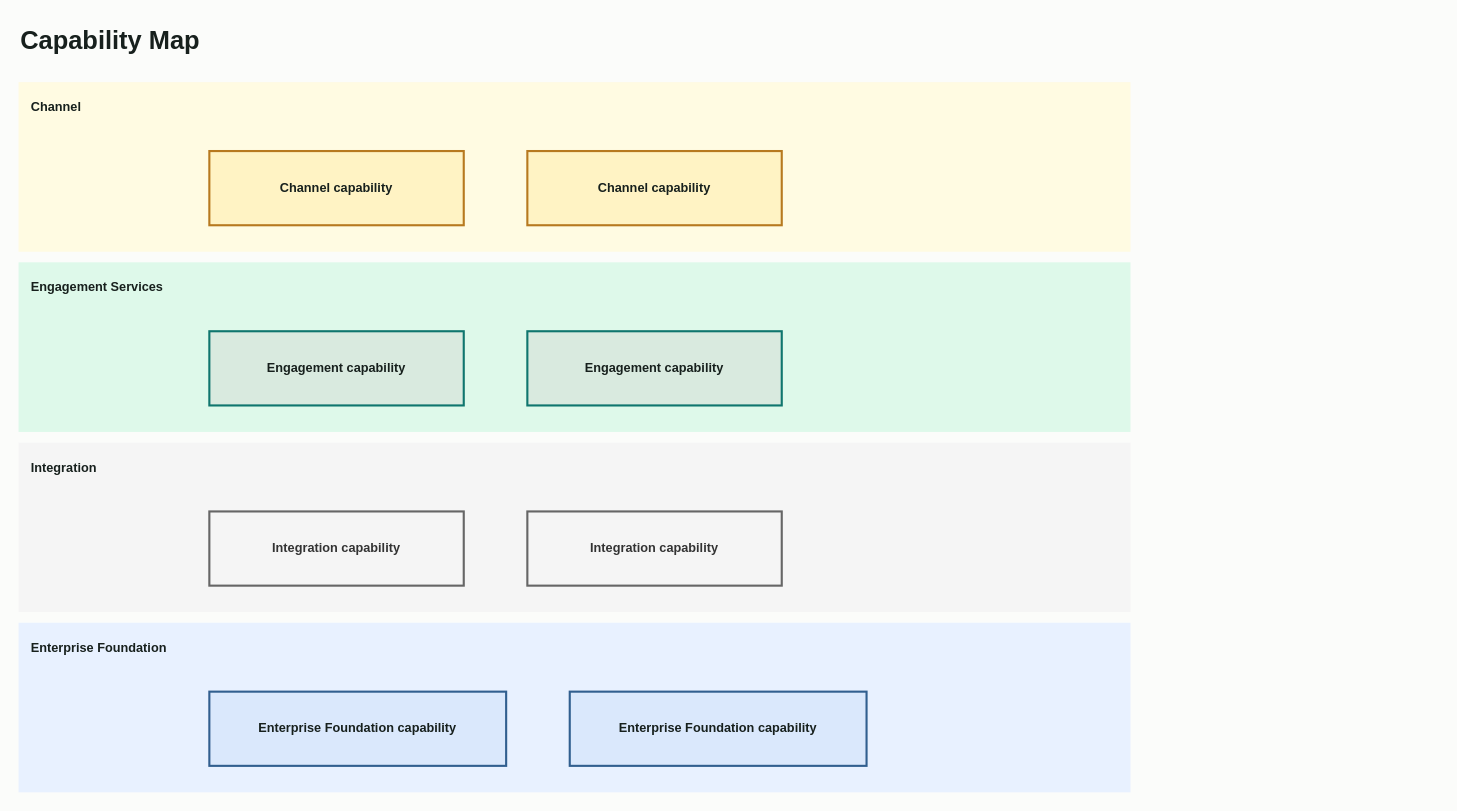
Before: skills/create-drawio-diagram/templates/capability-map.drawio in Future-CX/AI-Architecture-Toolkit, a draw.io diagram. Source tidied: cells renumbered, new cells numbered last; positions are measured from the earlier drawing's top-left corner, leaving out a move shared by most shapes. Both pictures are drawn from the tidied source at 106%, with x=0, y=0 at pixel (18, 18).
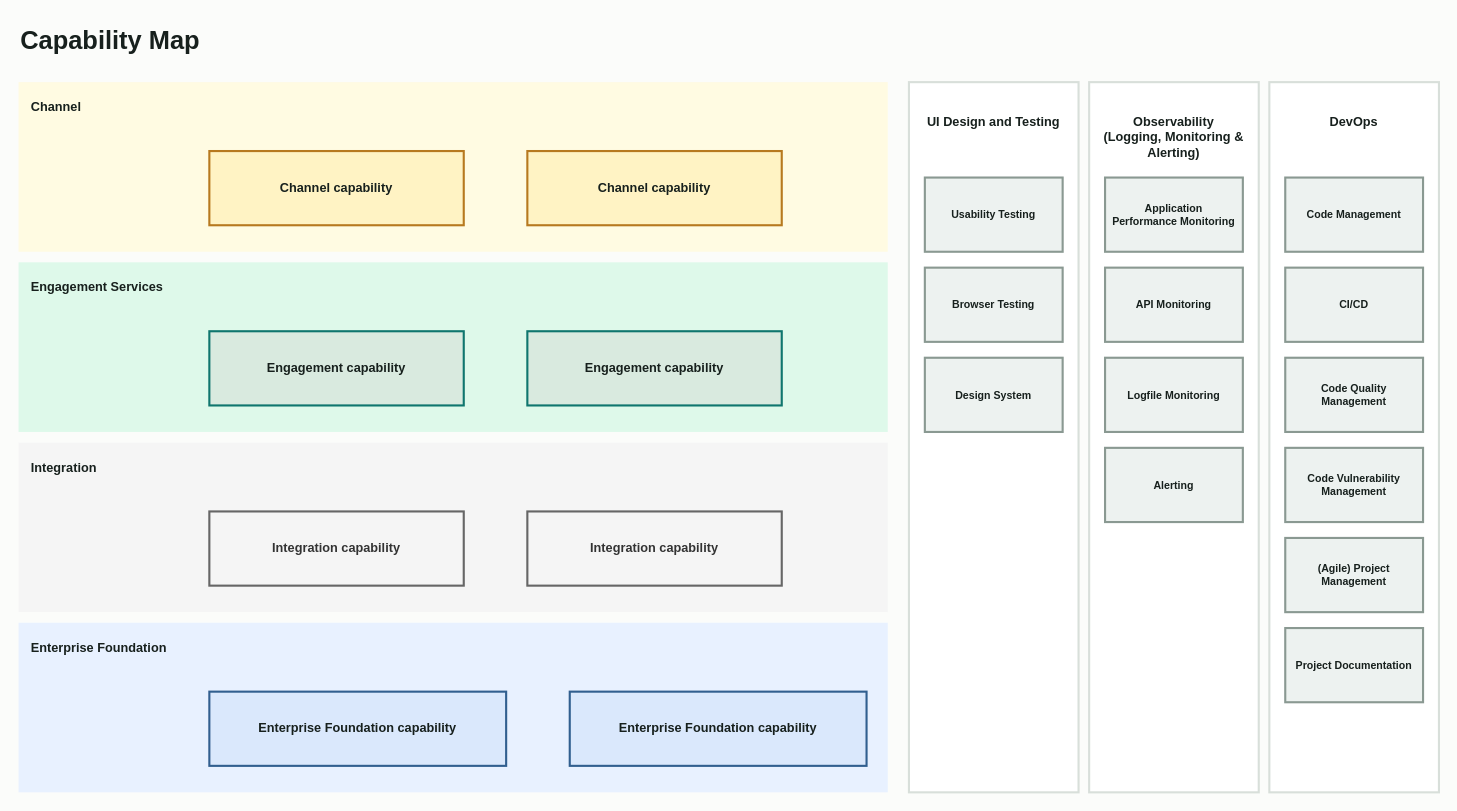
The same page after the edit.

Commit message (it also covers changes not shown here):
adding DevOps and Observability to the Capability Map

Change to the diagram source:
```diff
@@
     <mxCell id="3" value="Channel" style="rounded=0;whiteSpace=wrap;html=1;align=left;verticalAlign=top;spacing=12;fontStyle=1;fillColor=#fffbe2;strokeColor=none;fontColor=#17201d;strokeWidth=2;" parent="1" vertex="1">
-      <mxGeometry y="60" width="1049" height="160" as="geometry" />
+      <mxGeometry y="60" width="820" height="160" as="geometry" />
     </mxCell>
     <mxCell id="4" value="Engagement Services" style="rounded=0;whiteSpace=wrap;html=1;align=left;verticalAlign=top;spacing=12;fontStyle=1;fillColor=#def9ea;strokeColor=none;fontColor=#17201d;strokeWidth=2;" parent="1" vertex="1">
-      <mxGeometry y="230" width="1049" height="160" as="geometry" />
+      <mxGeometry y="230" width="820" height="160" as="geometry" />
     </mxCell>
     <mxCell id="5" value="Integration" style="rounded=0;whiteSpace=wrap;html=1;align=left;verticalAlign=top;spacing=12;fontStyle=1;fillColor=#f5f5f5;strokeColor=none;fontColor=#17201d;strokeWidth=2;" parent="1" vertex="1">
-      <mxGeometry y="400" width="1049" height="160" as="geometry" />
+      <mxGeometry y="400" width="820" height="160" as="geometry" />
     </mxCell>
     <mxCell id="6" value="Enterprise Foundation" style="rounded=0;whiteSpace=wrap;html=1;align=left;verticalAlign=top;spacing=12;fontStyle=1;fillColor=#e8f1ff;strokeColor=none;fontColor=#17201d;strokeWidth=2;" parent="1" vertex="1">
-      <mxGeometry y="570" width="1049" height="160" as="geometry" />
+      <mxGeometry y="570" width="820" height="160" as="geometry" />
     </mxCell>
+    <mxCell id="15" value="UI Design and Testing" style="rounded=0;whiteSpace=wrap;html=1;spacing=12;spacingTop=14;align=center;verticalAlign=top;fillColor=#ffffff;strokeColor=#d8dfda;fontColor=#17201d;fontStyle=1;strokeWidth=2;" parent="1" vertex="1">
+      <mxGeometry x="840" y="60" width="160" height="670" as="geometry" />
+    </mxCell>
+    <mxCell id="16" value="Observability&lt;br&gt;(Logging, Monitoring &amp;amp; Alerting)" style="rounded=0;whiteSpace=wrap;html=1;spacing=12;spacingTop=14;align=center;verticalAlign=top;fillColor=#ffffff;strokeColor=#d8dfda;fontColor=#17201d;fontStyle=1;strokeWidth=2;" parent="1" vertex="1">
+      <mxGeometry x="1010" y="60" width="160" height="670" as="geometry" />
+    </mxCell>
+    <mxCell id="17" value="DevOps" style="rounded=0;whiteSpace=wrap;html=1;spacing=12;spacingTop=14;align=center;verticalAlign=top;fillColor=#ffffff;strokeColor=#d8dfda;fontColor=#17201d;fontStyle=1;strokeWidth=2;" parent="1" vertex="1">
+      <mxGeometry x="1180" y="60" width="160" height="670" as="geometry" />
+    </mxCell>
+    <mxCell id="18" value="Usability Testing" style="rounded=0;whiteSpace=wrap;html=1;spacing=8;align=center;verticalAlign=middle;fillColor=#edf2f0;strokeColor=#8a9992;fontColor=#17201d;fontStyle=1;fontSize=10;strokeWidth=2;" parent="1" vertex="1">
+      <mxGeometry x="855" y="150" width="130" height="70" as="geometry" />
+    </mxCell>
+    <mxCell id="19" value="Browser Testing" style="rounded=0;whiteSpace=wrap;html=1;spacing=8;align=center;verticalAlign=middle;fillColor=#edf2f0;strokeColor=#8a9992;fontColor=#17201d;fontStyle=1;fontSize=10;strokeWidth=2;" parent="1" vertex="1">
+      <mxGeometry x="855" y="235" width="130" height="70" as="geometry" />
+    </mxCell>
+    <mxCell id="20" value="Design System" style="rounded=0;whiteSpace=wrap;html=1;spacing=8;align=center;verticalAlign=middle;fillColor=#edf2f0;strokeColor=#8a9992;fontColor=#17201d;fontStyle=1;fontSize=10;strokeWidth=2;" parent="1" vertex="1">
+      <mxGeometry x="855" y="320" width="130" height="70" as="geometry" />
+    </mxCell>
+    <mxCell id="21" value="Application Performance Monitoring" style="rounded=0;whiteSpace=wrap;html=1;spacing=8;align=center;verticalAlign=middle;fillColor=#edf2f0;strokeColor=#8a9992;fontColor=#17201d;fontStyle=1;fontSize=10;strokeWidth=2;" parent="1" vertex="1">
+      <mxGeometry x="1025" y="150" width="130" height="70" as="geometry" />
+    </mxCell>
+    <mxCell id="22" value="API Monitoring" style="rounded=0;whiteSpace=wrap;html=1;spacing=8;align=center;verticalAlign=middle;fillColor=#edf2f0;strokeColor=#8a9992;fontColor=#17201d;fontStyle=1;fontSize=10;strokeWidth=2;" parent="1" vertex="1">
+      <mxGeometry x="1025" y="235" width="130" height="70" as="geometry" />
+    </mxCell>
+    <mxCell id="23" value="Logfile Monitoring" style="rounded=0;whiteSpace=wrap;html=1;spacing=8;align=center;verticalAlign=middle;fillColor=#edf2f0;strokeColor=#8a9992;fontColor=#17201d;fontStyle=1;fontSize=10;strokeWidth=2;" parent="1" vertex="1">
+      <mxGeometry x="1025" y="320" width="130" height="70" as="geometry" />
+    </mxCell>
+    <mxCell id="24" value="Alerting" style="rounded=0;whiteSpace=wrap;html=1;spacing=8;align=center;verticalAlign=middle;fillColor=#edf2f0;strokeColor=#8a9992;fontColor=#17201d;fontStyle=1;fontSize=10;strokeWidth=2;" parent="1" vertex="1">
+      <mxGeometry x="1025" y="405" width="130" height="70" as="geometry" />
+    </mxCell>
+    <mxCell id="25" value="Code Management" style="rounded=0;whiteSpace=wrap;html=1;spacing=8;align=center;verticalAlign=middle;fillColor=#edf2f0;strokeColor=#8a9992;fontColor=#17201d;fontStyle=1;fontSize=10;strokeWidth=2;" parent="1" vertex="1">
+      <mxGeometry x="1195" y="150" width="130" height="70" as="geometry" />
+    </mxCell>
+    <mxCell id="26" value="CI/CD" style="rounded=0;whiteSpace=wrap;html=1;spacing=8;align=center;verticalAlign=middle;fillColor=#edf2f0;strokeColor=#8a9992;fontColor=#17201d;fontStyle=1;fontSize=10;strokeWidth=2;" parent="1" vertex="1">
+      <mxGeometry x="1195" y="235" width="130" height="70" as="geometry" />
+    </mxCell>
+    <mxCell id="27" value="Code Quality Management" style="rounded=0;whiteSpace=wrap;html=1;spacing=8;align=center;verticalAlign=middle;fillColor=#edf2f0;strokeColor=#8a9992;fontColor=#17201d;fontStyle=1;fontSize=10;strokeWidth=2;" parent="1" vertex="1">
+      <mxGeometry x="1195" y="320" width="130" height="70" as="geometry" />
+    </mxCell>
+    <mxCell id="28" value="Code Vulnerability Management" style="rounded=0;whiteSpace=wrap;html=1;spacing=8;align=center;verticalAlign=middle;fillColor=#edf2f0;strokeColor=#8a9992;fontColor=#17201d;fontStyle=1;fontSize=10;strokeWidth=2;" parent="1" vertex="1">
+      <mxGeometry x="1195" y="405" width="130" height="70" as="geometry" />
+    </mxCell>
+    <mxCell id="29" value="(Agile) Project Management" style="rounded=0;whiteSpace=wrap;html=1;spacing=8;align=center;verticalAlign=middle;fillColor=#edf2f0;strokeColor=#8a9992;fontColor=#17201d;fontStyle=1;fontSize=10;strokeWidth=2;" parent="1" vertex="1">
+      <mxGeometry x="1195" y="490" width="130" height="70" as="geometry" />
+    </mxCell>
+    <mxCell id="30" value="Project Documentation" style="rounded=0;whiteSpace=wrap;html=1;spacing=8;align=center;verticalAlign=middle;fillColor=#edf2f0;strokeColor=#8a9992;fontColor=#17201d;fontStyle=1;fontSize=10;strokeWidth=2;" parent="1" vertex="1">
+      <mxGeometry x="1195" y="575" width="130" height="70" as="geometry" />
+    </mxCell>
```
